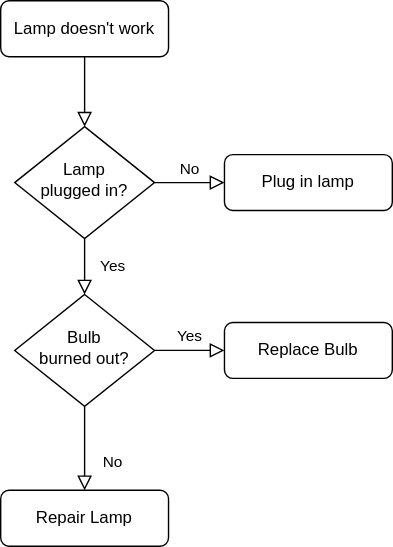
This is mind_map/kinodynamic_rrtstar_test.drawio.svg from zhiweicai07/mind, a draw.io export, as it was before one commit. Source tidied: cells renumbered, new cells last; positions are measured from the earlier drawing's top-left corner, leaving out a move shared by most shapes. Its diagram source:
```xml
<mxGraphModel>
  <root>
    <mxCell id="0" />
    <mxCell id="1" parent="0" />
    <mxCell id="2" style="rounded=0;html=1;jettySize=auto;fontSize=11;endArrow=block;endFill=0;endSize=8;strokeWidth=1;shadow=0;labelBackgroundColor=none;edgeStyle=orthogonalEdgeStyle;" parent="1" edge="1" source="3" target="6">
      <mxGeometry relative="1" as="geometry" />
    </mxCell>
    <mxCell id="3" value="Lamp doesn't work" style="rounded=1;whiteSpace=wrap;html=1;fontSize=12;glass=0;strokeWidth=1;shadow=0;" parent="1" vertex="1">
      <mxGeometry width="120" height="40" as="geometry" />
    </mxCell>
    <mxCell id="4" value="Yes" style="rounded=0;html=1;jettySize=auto;fontSize=11;endArrow=block;endFill=0;endSize=8;strokeWidth=1;shadow=0;labelBackgroundColor=none;edgeStyle=orthogonalEdgeStyle;" parent="1" edge="1" source="6" target="10">
      <mxGeometry y="20" relative="1" as="geometry" />
    </mxCell>
    <mxCell id="5" value="No" style="edgeStyle=orthogonalEdgeStyle;rounded=0;html=1;jettySize=auto;fontSize=11;endArrow=block;endFill=0;endSize=8;strokeWidth=1;shadow=0;labelBackgroundColor=none;" parent="1" edge="1" source="6" target="7">
      <mxGeometry y="10" relative="1" as="geometry" />
    </mxCell>
    <mxCell id="6" value="Lamp&lt;br&gt;plugged in?" style="rhombus;whiteSpace=wrap;html=1;shadow=0;fontFamily=Helvetica;fontSize=12;align=center;strokeWidth=1;spacing=6;spacingTop=-4;" parent="1" vertex="1">
      <mxGeometry x="10" y="90" width="100" height="80" as="geometry" />
    </mxCell>
    <mxCell id="7" value="Plug in lamp" style="rounded=1;whiteSpace=wrap;html=1;fontSize=12;glass=0;strokeWidth=1;shadow=0;" parent="1" vertex="1">
      <mxGeometry x="160" y="110" width="120" height="40" as="geometry" />
    </mxCell>
    <mxCell id="8" value="No" style="rounded=0;html=1;jettySize=auto;fontSize=11;endArrow=block;endFill=0;endSize=8;strokeWidth=1;shadow=0;labelBackgroundColor=none;edgeStyle=orthogonalEdgeStyle;" parent="1" edge="1" source="10" target="11">
      <mxGeometry x="0.33" y="20" relative="1" as="geometry" />
    </mxCell>
    <mxCell id="9" value="Yes" style="edgeStyle=orthogonalEdgeStyle;rounded=0;html=1;jettySize=auto;fontSize=11;endArrow=block;endFill=0;endSize=8;strokeWidth=1;shadow=0;labelBackgroundColor=none;" parent="1" edge="1" source="10" target="12">
      <mxGeometry y="10" relative="1" as="geometry" />
    </mxCell>
    <mxCell id="10" value="Bulb&lt;br&gt;burned out?" style="rhombus;whiteSpace=wrap;html=1;shadow=0;fontFamily=Helvetica;fontSize=12;align=center;strokeWidth=1;spacing=6;spacingTop=-4;" parent="1" vertex="1">
      <mxGeometry x="10" y="210" width="100" height="80" as="geometry" />
    </mxCell>
    <mxCell id="11" value="Repair Lamp" style="rounded=1;whiteSpace=wrap;html=1;fontSize=12;glass=0;strokeWidth=1;shadow=0;" parent="1" vertex="1">
      <mxGeometry y="350" width="120" height="40" as="geometry" />
    </mxCell>
    <mxCell id="12" value="Replace Bulb" style="rounded=1;whiteSpace=wrap;html=1;fontSize=12;glass=0;strokeWidth=1;shadow=0;" parent="1" vertex="1">
      <mxGeometry x="160" y="230" width="120" height="40" as="geometry" />
    </mxCell>
  </root>
</mxGraphModel>
```
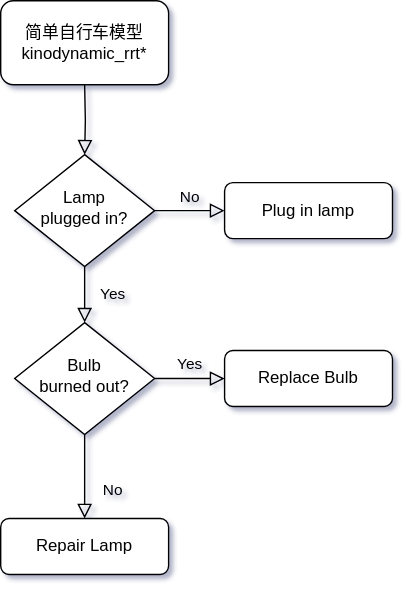
After the change.

Diff of the diagram source:
```diff
@@ -1,13 +1,12 @@
-<mxGraphModel>
+<mxGraphModel background="#ffffff" shadow="1">
   <root>
     <mxCell id="0" />
     <mxCell id="1" parent="0" />
-    <mxCell id="2" style="rounded=0;html=1;jettySize=auto;fontSize=11;endArrow=block;endFill=0;endSize=8;strokeWidth=1;shadow=0;labelBackgroundColor=none;edgeStyle=orthogonalEdgeStyle;" parent="1" edge="1" source="3" target="6">
-      <mxGeometry relative="1" as="geometry" />
+    <mxCell id="2" style="rounded=0;html=1;jettySize=auto;fontSize=11;endArrow=block;endFill=0;endSize=8;strokeWidth=1;shadow=0;labelBackgroundColor=none;edgeStyle=orthogonalEdgeStyle;" parent="1" edge="1" target="6">
+      <mxGeometry relative="1" as="geometry">
+        <mxPoint x="60" y="40" as="sourcePoint" />
+      </mxGeometry>
     </mxCell>
-    <mxCell id="3" value="Lamp doesn't work" style="rounded=1;whiteSpace=wrap;html=1;fontSize=12;glass=0;strokeWidth=1;shadow=0;" parent="1" vertex="1">
-      <mxGeometry width="120" height="40" as="geometry" />
-    </mxCell>
     <mxCell id="4" value="Yes" style="rounded=0;html=1;jettySize=auto;fontSize=11;endArrow=block;endFill=0;endSize=8;strokeWidth=1;shadow=0;labelBackgroundColor=none;edgeStyle=orthogonalEdgeStyle;" parent="1" edge="1" source="6" target="10">
       <mxGeometry y="20" relative="1" as="geometry" />
     </mxCell>
@@ -35,5 +34,8 @@
     <mxCell id="12" value="Replace Bulb" style="rounded=1;whiteSpace=wrap;html=1;fontSize=12;glass=0;strokeWidth=1;shadow=0;" parent="1" vertex="1">
       <mxGeometry x="160" y="230" width="120" height="40" as="geometry" />
     </mxCell>
+    <mxCell id="13" value="简单自行车模型kinodynamic_rrt*" style="rounded=1;whiteSpace=wrap;html=1;" parent="1" vertex="1">
+      <mxGeometry y="-20" width="120" height="60" as="geometry" />
+    </mxCell>
   </root>
 </mxGraphModel>
```
